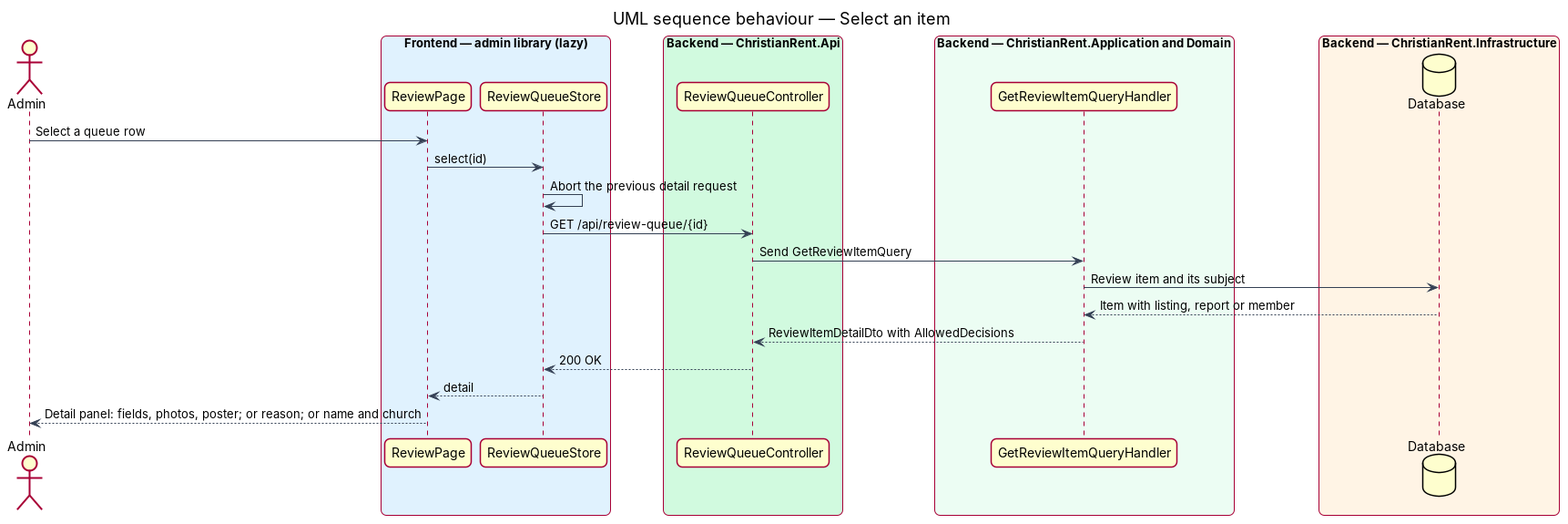
Earlier version of the PlantUML export docs/detailed-designs/review/view-review-queue/diagrams/sequence-select-item.png (QuinntyneBrown/christian-rent). Its source is kept beside it as docs/detailed-designs/review/view-review-queue/diagrams/sequence-select-item.puml.
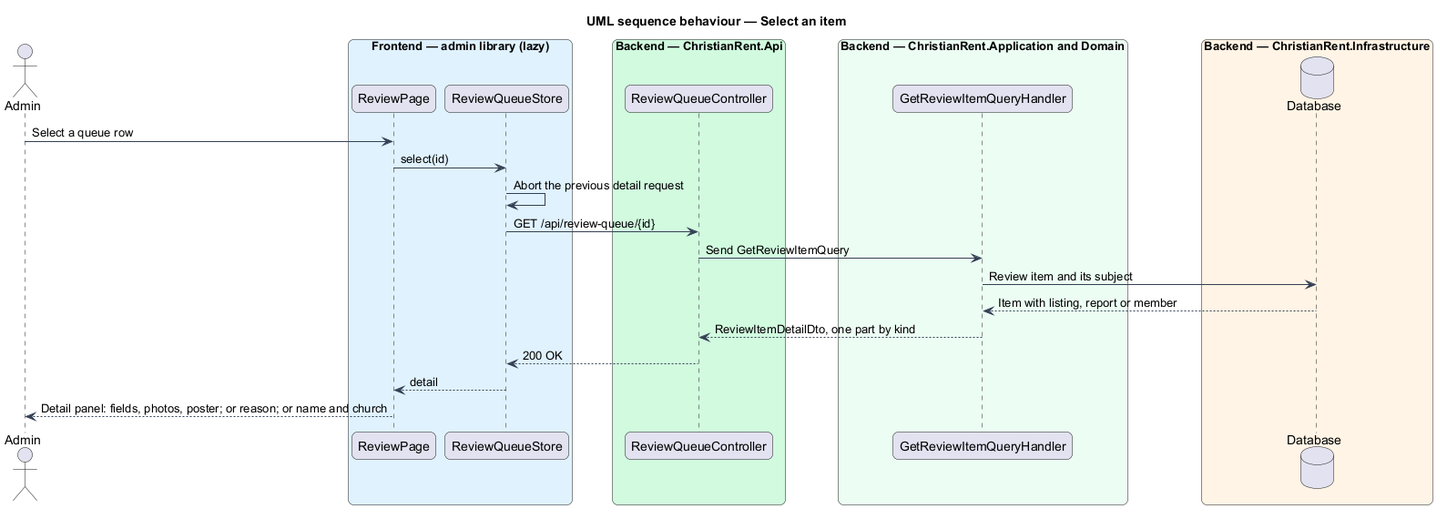
After the change.

Change to the diagram source:
```diff
@@ -35,7 +35,7 @@
 ctrl -> handler : Send GetReviewItemQuery
 handler -> db : Review item and its subject
 db --> handler : Item with listing, report or member
-handler --> ctrl : ReviewItemDetailDto with AllowedDecisions
+handler --> ctrl : ReviewItemDetailDto, one part by kind
 ctrl --> store : 200 OK
 store --> page : detail
 page --> actor : Detail panel: fields, photos, poster; or reason; or name and church
```
